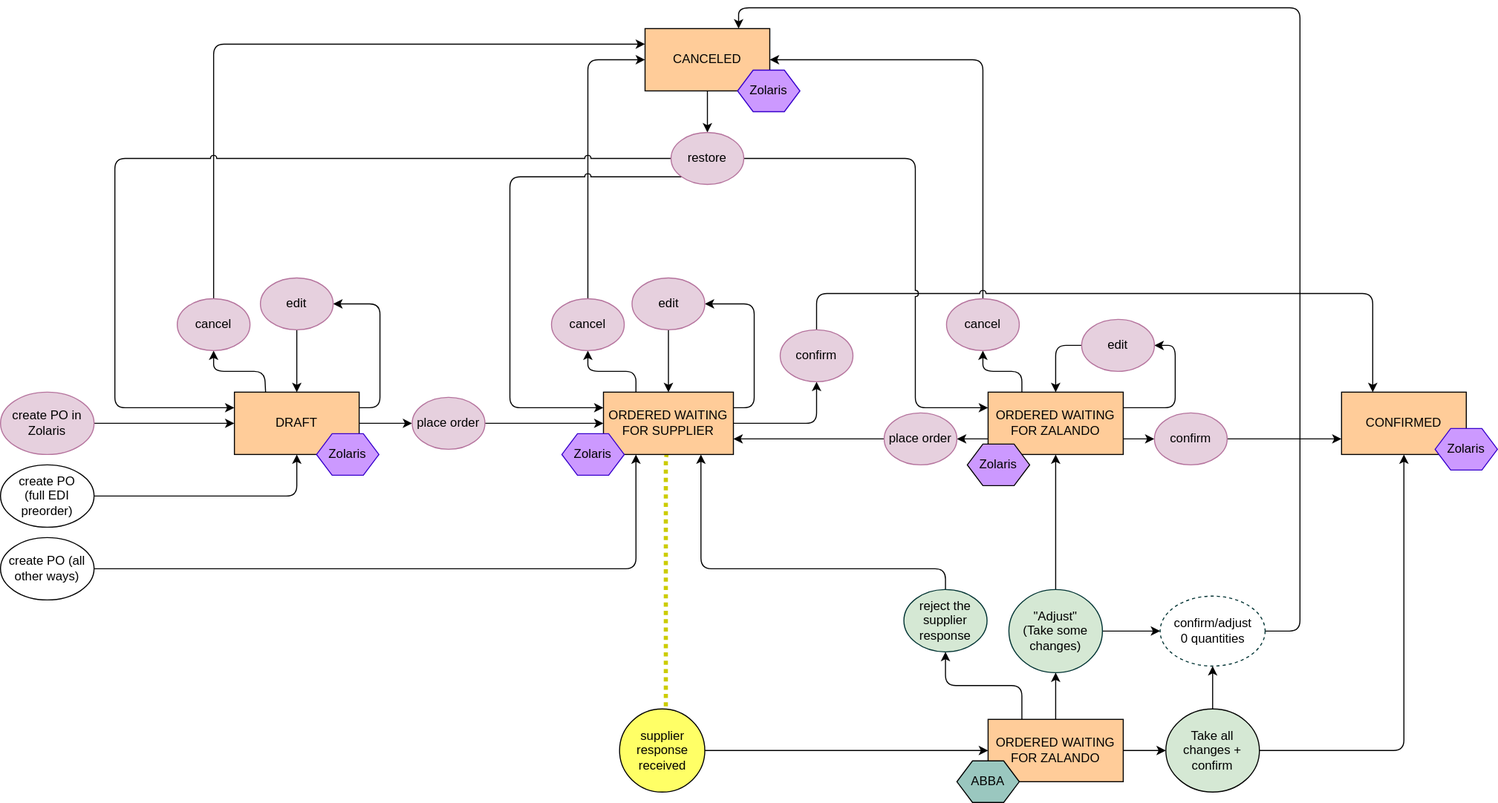
Earlier version of the draw.io export Untitled Diagram.drawio.svg (bmodepri/test). Source tidied: cells renumbered, new cells last; positions are measured from the earlier drawing's top-left corner, leaving out a move shared by most shapes.
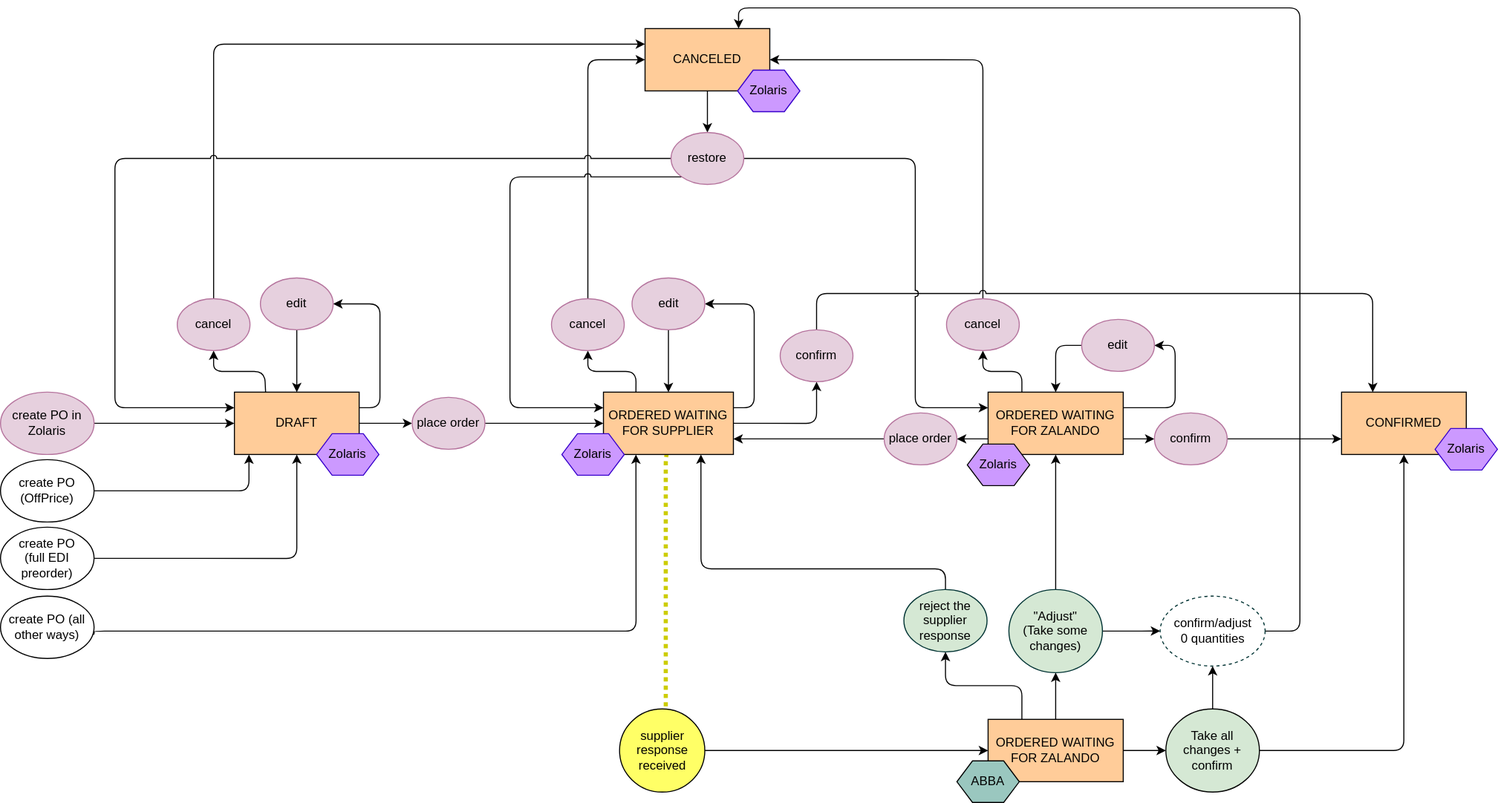
Later version of the same file.

What changed in the source:
```diff
@@ -8,15 +8,17 @@
     <mxCell id="3" style="edgeStyle=orthogonalEdgeStyle;rounded=1;jettySize=auto;html=1;exitX=1;exitY=0.5;exitDx=0;exitDy=0;entryX=0;entryY=0.5;entryDx=0;entryDy=0;jumpStyle=arc;" parent="1" edge="1" source="58" target="9">
       <mxGeometry relative="1" as="geometry" />
     </mxCell>
-    <mxCell id="4" style="edgeStyle=orthogonalEdgeStyle;rounded=1;jettySize=auto;html=1;exitX=1;exitY=0.5;exitDx=0;exitDy=0;jumpStyle=arc;entryX=0.25;entryY=1;entryDx=0;entryDy=0;" parent="1" edge="1" source="5" target="14">
+    <mxCell id="4" style="edgeStyle=orthogonalEdgeStyle;rounded=1;jettySize=auto;html=1;jumpStyle=arc;entryX=0.25;entryY=1;entryDx=0;entryDy=0;exitX=0.986;exitY=0.615;exitDx=0;exitDy=0;exitPerimeter=0;" parent="1" edge="1" source="5" target="14">
       <mxGeometry relative="1" as="geometry">
         <Array as="points">
-          <mxPoint x="611" y="540" />
+          <mxPoint x="90" y="603" />
+          <mxPoint x="90" y="600" />
+          <mxPoint x="611" y="600" />
         </Array>
       </mxGeometry>
     </mxCell>
     <mxCell id="5" value="create PO (all other ways)" style="ellipse;whiteSpace=wrap;html=1;" parent="1" vertex="1">
-      <mxGeometry y="510" width="90" height="60" as="geometry" />
+      <mxGeometry y="566.3" width="90" height="60" as="geometry" />
     </mxCell>
     <mxCell id="6" style="edgeStyle=orthogonalEdgeStyle;rounded=1;jettySize=auto;html=1;exitX=1;exitY=0.25;exitDx=0;exitDy=0;entryX=1;entryY=0.5;entryDx=0;entryDy=0;jumpStyle=arc;" parent="1" edge="1" source="9" target="21">
       <mxGeometry relative="1" as="geometry" />
@@ -258,7 +260,7 @@
       <mxGeometry relative="1" as="geometry" />
     </mxCell>
     <mxCell id="65" value="create PO&lt;br&gt;(full EDI preorder)" style="ellipse;whiteSpace=wrap;html=1;" parent="1" vertex="1">
-      <mxGeometry y="440" width="90" height="60" as="geometry" />
+      <mxGeometry y="500" width="90" height="60" as="geometry" />
     </mxCell>
     <mxCell id="66" style="edgeStyle=orthogonalEdgeStyle;rounded=1;jettySize=auto;html=1;exitX=0;exitY=0.5;exitDx=0;exitDy=0;entryX=0.5;entryY=0;entryDx=0;entryDy=0;" parent="1" edge="1" source="67" target="19">
       <mxGeometry relative="1" as="geometry" />
@@ -281,5 +283,15 @@
     <mxCell id="70" style="edgeStyle=orthogonalEdgeStyle;rounded=1;jumpStyle=arc;jettySize=auto;html=1;exitX=0.5;exitY=0;exitDx=0;exitDy=0;entryX=0.5;entryY=1;entryDx=0;entryDy=0;" parent="1" edge="1" source="47" target="69">
       <mxGeometry relative="1" as="geometry" />
     </mxCell>
+    <mxCell id="71" value="create PO&lt;br&gt;(OffPrice)" style="ellipse;whiteSpace=wrap;html=1;" parent="1" vertex="1">
+      <mxGeometry y="435" width="90" height="60" as="geometry" />
+    </mxCell>
+    <mxCell id="72" style="edgeStyle=orthogonalEdgeStyle;rounded=1;jettySize=auto;html=1;exitX=1;exitY=0.5;exitDx=0;exitDy=0;" parent="1" edge="1" source="71" target="9">
+      <mxGeometry relative="1" as="geometry">
+        <Array as="points">
+          <mxPoint x="239" y="465" />
+        </Array>
+      </mxGeometry>
+    </mxCell>
   </root>
 </mxGraphModel>
```
